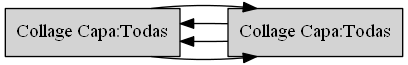
Before: Proyecto1_EDD_201701133/GraficaFILTRO.png, a diagram exported from Graphviz (SelvinLP/EDD_2S2019_PY1_201701133). Its source is kept beside it as Proyecto1_EDD_201701133/GraficaFILTRO.dot.
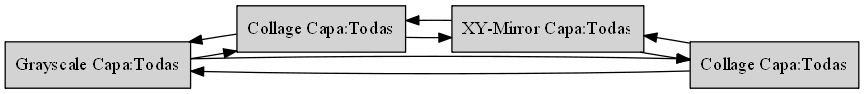
The same file after the commit.

What changed in the source:
```diff
@@ -2,10 +2,16 @@
 size="9,9"
 rankdir=LR
 node[shape=record,style=filled]
-"Collage0"[label =" Collage Capa:Todas"];
-"Collage0"->"Collage1";
-"Collage0"->"Collage1" [dir=back];
+"Grayscale0"[label =" Grayscale Capa:Todas"];
+"Grayscale0"->"Collage1";
+"Grayscale0"->"Collage1" [dir=back];
 "Collage1"[label =" Collage Capa:Todas"];
-"Collage1"->"Collage0";
-"Collage1"->"Collage0" [dir=back];
+"Collage1"->"XY-Mirror2";
+"Collage1"->"XY-Mirror2"[dir=back];
+"XY-Mirror2"[label =" XY-Mirror Capa:Todas"];
+"XY-Mirror2"->"Collage3";
+"XY-Mirror2"->"Collage3"[dir=back];
+"Collage3"[label =" Collage Capa:Todas"];
+"Collage3"->"Grayscale0";
+"Collage3"->"Grayscale0" [dir=back];
 }
```
